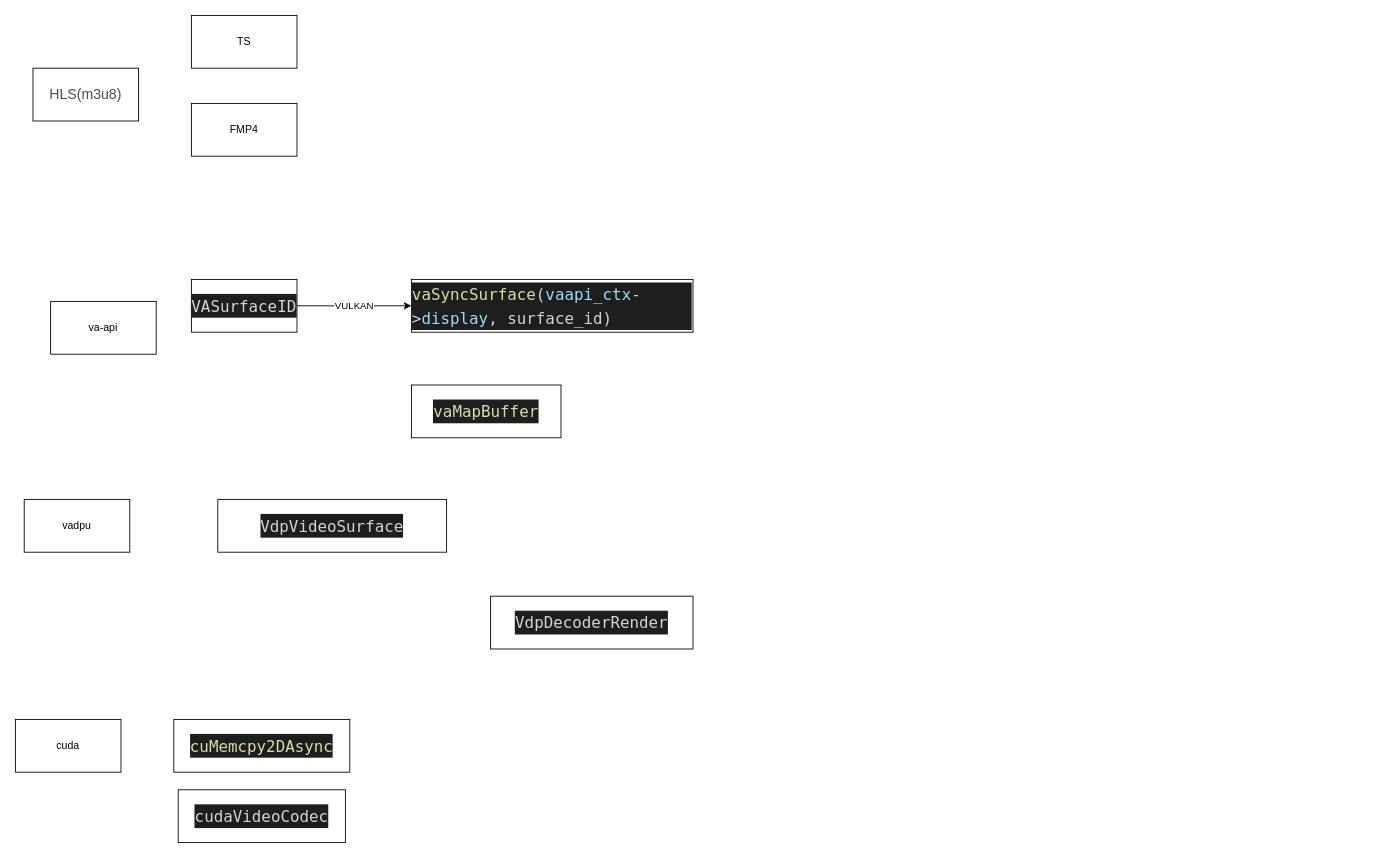
Before: MultiMedia.drawio in loleng/mediatools, a draw.io diagram. Source tidied: cells renumbered, new cells numbered last; positions are measured from the earlier drawing's top-left corner, leaving out a move shared by most shapes. Both pictures are drawn from the tidied source at 88%, with x=0, y=0 at pixel (15, 15).
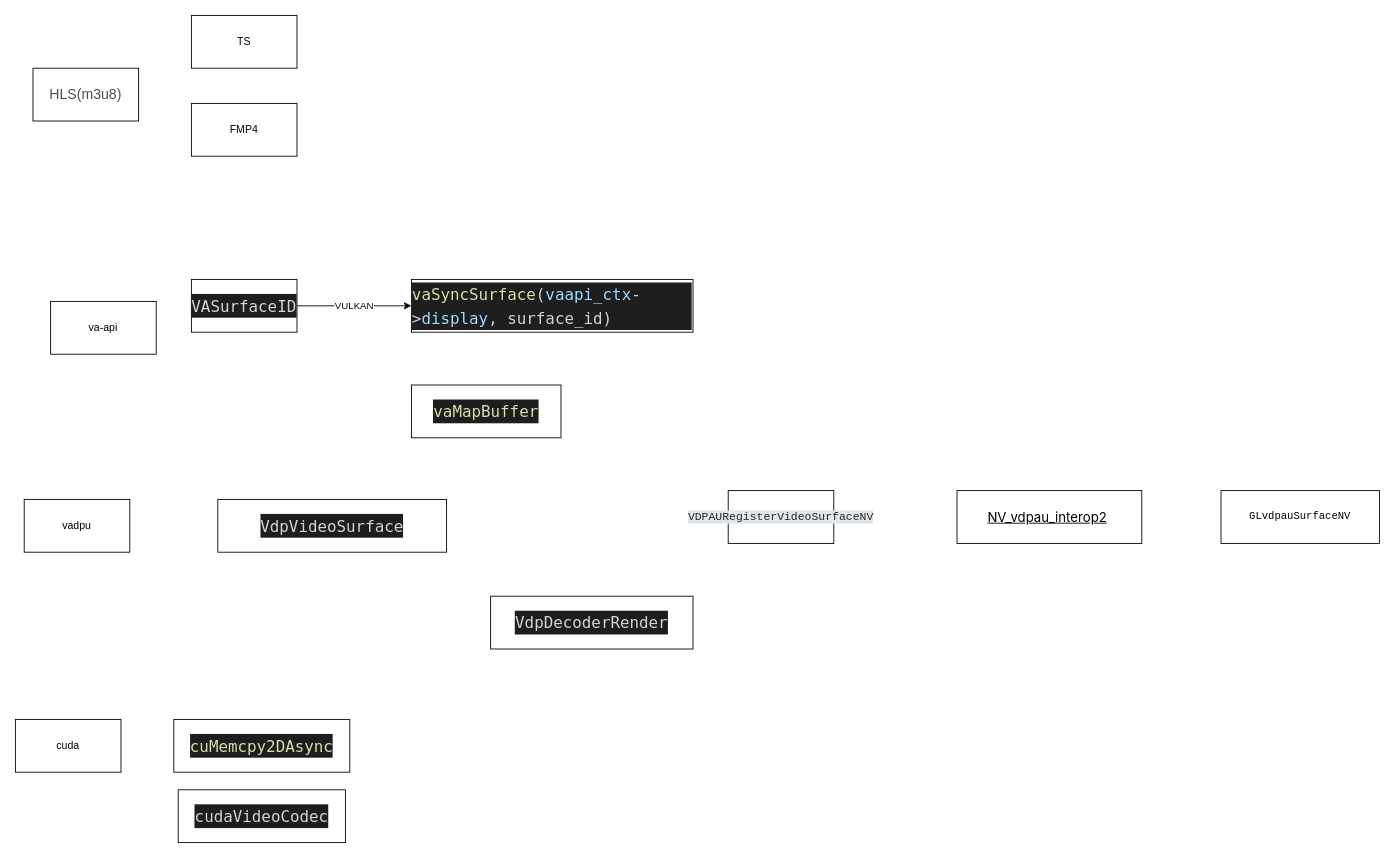
The same page after the edit.

Change to the diagram source:
```diff
@@
 <mxGraphModel>
   <root>
     <mxCell id="0" />
     <mxCell id="1" parent="0" />
     <mxCell id="2" value="&lt;span style=&quot;font-size: 16px ; color: rgb(77 , 77 , 77) ; font-family: , &amp;#34;sf ui text&amp;#34; , &amp;#34;arial&amp;#34; , &amp;#34;pingfang sc&amp;#34; , &amp;#34;hiragino sans gb&amp;#34; , &amp;#34;microsoft yahei&amp;#34; , &amp;#34;wenquanyi micro hei&amp;#34; , sans-serif , &amp;#34;simhei&amp;#34; , &amp;#34;simsun&amp;#34; ; background-color: rgb(255 , 255 , 255)&quot;&gt;HLS(m3u8)&lt;/span&gt;" style="rounded=0;whiteSpace=wrap;html=1;" parent="1" vertex="1">
       <mxGeometry x="20" y="60" width="120" height="60" as="geometry" />
     </mxCell>
     <mxCell id="3" value="TS" style="rounded=0;whiteSpace=wrap;html=1;" parent="1" vertex="1">
       <mxGeometry x="200" width="120" height="60" as="geometry" />
     </mxCell>
     <mxCell id="4" value="FMP4" style="rounded=0;whiteSpace=wrap;html=1;" parent="1" vertex="1">
       <mxGeometry x="200" y="100" width="120" height="60" as="geometry" />
     </mxCell>
     <mxCell id="5" value="va-api" style="rounded=0;whiteSpace=wrap;html=1;" parent="1" vertex="1">
       <mxGeometry x="40" y="325" width="120" height="60" as="geometry" />
     </mxCell>
     <mxCell id="6" value="VULKAN" style="edgeStyle=orthogonalEdgeStyle;rounded=0;jettySize=auto;html=1;" parent="1" edge="1" source="7" target="8">
       <mxGeometry relative="1" as="geometry" />
     </mxCell>
     <mxCell id="7" value="&lt;div style=&quot;text-align: start; color: rgb(212, 212, 212); background-color: rgb(30, 30, 30); font-family: Menlo, Monaco, &amp;quot;Courier New&amp;quot;, monospace; font-size: 18px; line-height: 27px;&quot;&gt;&lt;div style=&quot;line-height: 27px;&quot;&gt;VASurfaceID&lt;/div&gt;&lt;/div&gt;" style="whiteSpace=wrap;html=1;" parent="1" vertex="1">
       <mxGeometry x="200" y="300" width="120" height="60" as="geometry" />
     </mxCell>
     <mxCell id="8" value="&lt;div style=&quot;text-align: start; color: rgb(212, 212, 212); background-color: rgb(30, 30, 30); font-family: Menlo, Monaco, &amp;quot;Courier New&amp;quot;, monospace; font-size: 18px; line-height: 27px;&quot;&gt;&lt;span style=&quot;color: rgb(220, 220, 170);&quot;&gt;vaSyncSurface&lt;/span&gt;(&lt;span style=&quot;color: rgb(156, 220, 254);&quot;&gt;vaapi_ctx&lt;/span&gt;-&amp;gt;&lt;span style=&quot;color: rgb(156, 220, 254);&quot;&gt;display&lt;/span&gt;, surface_id)&lt;/div&gt;" style="whiteSpace=wrap;html=1;" parent="1" vertex="1">
       <mxGeometry x="450" y="300" width="320" height="60" as="geometry" />
     </mxCell>
     <mxCell id="9" value="&lt;div style=&quot;text-align: start; color: rgb(212, 212, 212); background-color: rgb(30, 30, 30); font-family: Menlo, Monaco, &amp;quot;Courier New&amp;quot;, monospace; font-size: 18px; line-height: 27px;&quot;&gt;&lt;span style=&quot;color: rgb(220, 220, 170);&quot;&gt;vaMapBuffer&lt;/span&gt;&lt;/div&gt;" style="whiteSpace=wrap;html=1;" parent="1" vertex="1">
       <mxGeometry x="450" y="420" width="170" height="60" as="geometry" />
     </mxCell>
     <mxCell id="10" value="vadpu&lt;br&gt;" style="whiteSpace=wrap;html=1;" parent="1" vertex="1">
       <mxGeometry x="10" y="550" width="120" height="60" as="geometry" />
     </mxCell>
     <mxCell id="11" value="&lt;div style=&quot;text-align: start; color: rgb(212, 212, 212); background-color: rgb(30, 30, 30); font-family: Menlo, Monaco, &amp;quot;Courier New&amp;quot;, monospace; font-size: 18px; line-height: 27px;&quot;&gt;VdpVideoSurface&lt;/div&gt;" style="whiteSpace=wrap;html=1;" parent="1" vertex="1">
       <mxGeometry x="230" y="550" width="260" height="60" as="geometry" />
     </mxCell>
     <mxCell id="12" value="&lt;div style=&quot;text-align: start; color: rgb(212, 212, 212); background-color: rgb(30, 30, 30); font-family: Menlo, Monaco, &amp;quot;Courier New&amp;quot;, monospace; font-size: 18px; line-height: 27px;&quot;&gt;VdpDecoderRender&lt;/div&gt;" style="whiteSpace=wrap;html=1;" parent="1" vertex="1">
       <mxGeometry x="540" y="660" width="230" height="60" as="geometry" />
     </mxCell>
     <mxCell id="13" value="cuda" style="whiteSpace=wrap;html=1;" parent="1" vertex="1">
       <mxGeometry y="800" width="120" height="60" as="geometry" />
     </mxCell>
     <mxCell id="14" value="&lt;div style=&quot;text-align: start; color: rgb(212, 212, 212); background-color: rgb(30, 30, 30); font-family: Menlo, Monaco, &amp;quot;Courier New&amp;quot;, monospace; font-size: 18px; line-height: 27px;&quot;&gt;&lt;span style=&quot;color: rgb(220, 220, 170);&quot;&gt;cuMemcpy2DAsync&lt;/span&gt;&lt;/div&gt;" style="whiteSpace=wrap;html=1;" parent="1" vertex="1">
       <mxGeometry x="180" y="800" width="200" height="60" as="geometry" />
     </mxCell>
     <mxCell id="15" value="&lt;div style=&quot;text-align: start; color: rgb(212, 212, 212); background-color: rgb(30, 30, 30); font-family: Menlo, Monaco, &amp;quot;Courier New&amp;quot;, monospace; font-size: 18px; line-height: 27px;&quot;&gt;cudaVideoCodec&lt;/div&gt;" style="whiteSpace=wrap;html=1;" parent="1" vertex="1">
       <mxGeometry x="185" y="880" width="190" height="60" as="geometry" />
     </mxCell>
+    <mxCell id="16" value="&lt;span style=&quot;caret-color: rgb(35, 38, 41); color: rgb(35, 38, 41); font-family: ui-monospace, &amp;quot;Cascadia Mono&amp;quot;, &amp;quot;Segoe UI Mono&amp;quot;, &amp;quot;Liberation Mono&amp;quot;, Menlo, Monaco, Consolas, monospace; font-size: 13px; text-align: left; background-color: rgb(227, 230, 232);&quot;&gt;VDPAURegisterVideoSurfaceNV&lt;/span&gt;" style="rounded=0;whiteSpace=wrap;html=1;" parent="1" vertex="1">
+      <mxGeometry x="810" y="540" width="120" height="60" as="geometry" />
+    </mxCell>
+    <mxCell id="17" value="&lt;a style=&quot;margin: 0px; padding: 0px; border: 0px; font-family: -apple-system, BlinkMacSystemFont, &amp;quot;Segoe UI Adjusted&amp;quot;, &amp;quot;Segoe UI&amp;quot;, &amp;quot;Liberation Sans&amp;quot;, sans-serif; font-stretch: inherit; line-height: inherit; font-size: 15px; vertical-align: baseline; box-sizing: inherit; color: var(--theme-link-color-visited); cursor: pointer; text-align: left;&quot; rel=&quot;nofollow noreferrer&quot; href=&quot;https://www.khronos.org/registry/OpenGL/extensions/NV/NV_vdpau_interop2.txt&quot;&gt;NV_vdpau_interop2&lt;/a&gt;&lt;span style=&quot;caret-color: rgb(35, 38, 41); color: rgb(35, 38, 41); font-family: -apple-system, BlinkMacSystemFont, &amp;quot;Segoe UI Adjusted&amp;quot;, &amp;quot;Segoe UI&amp;quot;, &amp;quot;Liberation Sans&amp;quot;, sans-serif; font-size: 15px; text-align: left; background-color: rgb(255, 255, 255);&quot;&gt;&amp;nbsp;&lt;/span&gt;" style="whiteSpace=wrap;html=1;" parent="1" vertex="1">
+      <mxGeometry x="1070" y="540" width="210" height="60" as="geometry" />
+    </mxCell>
+    <mxCell id="18" value="&lt;pre style=&quot;text-align: start; word-wrap: break-word;&quot;&gt;GLvdpauSurfaceNV&lt;/pre&gt;" style="whiteSpace=wrap;html=1;" parent="1" vertex="1">
+      <mxGeometry x="1370" y="540" width="180" height="60" as="geometry" />
+    </mxCell>
   </root>
 </mxGraphModel>
```
